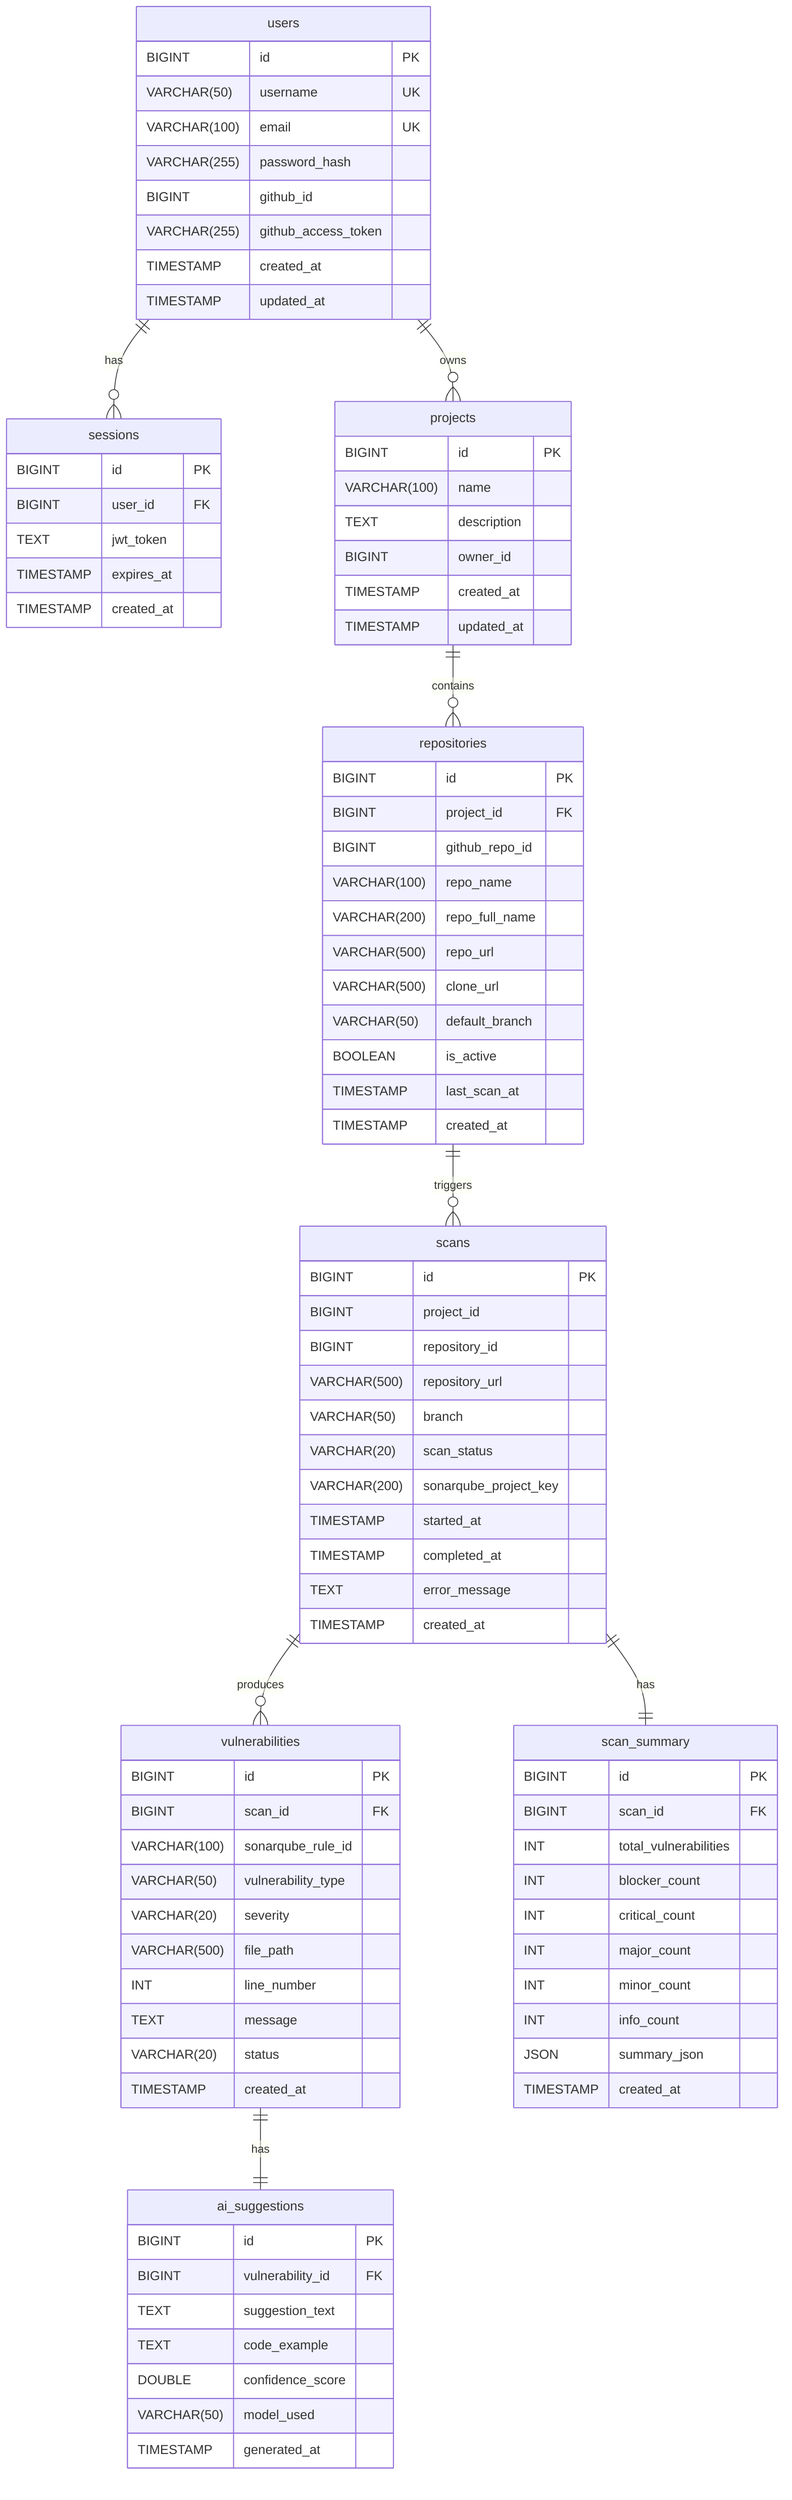
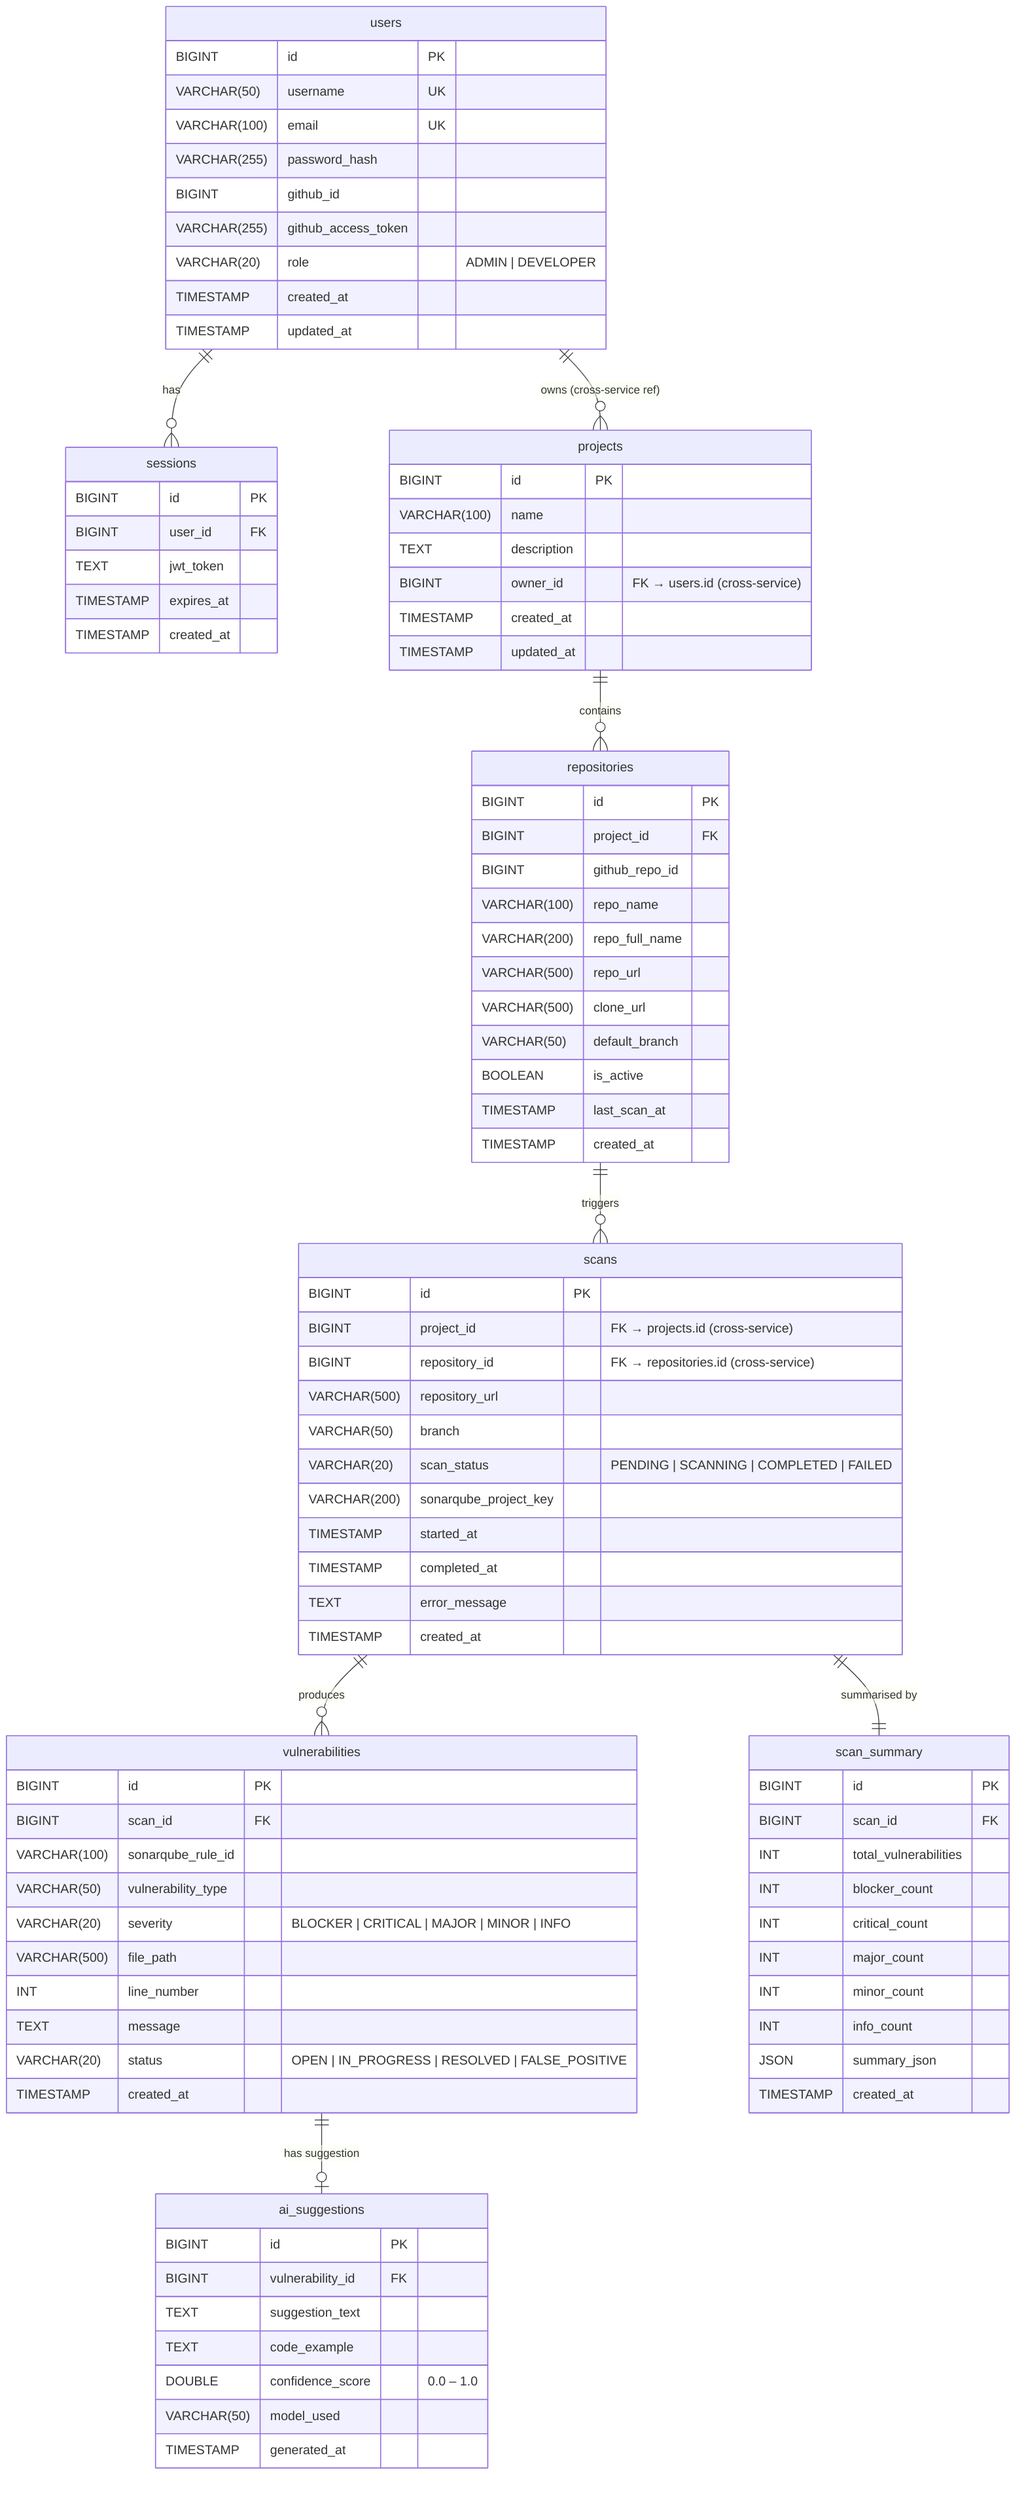
erDiagram
+ 
+     %% ── Login Service DB ──────────────────────────────
    users {
-         BIGINT id PK
-         VARCHAR(50) username UK
-         VARCHAR(100) email UK
+         BIGINT      id              PK
+         VARCHAR(50) username        UK
+         VARCHAR(100) email          UK
        VARCHAR(255) password_hash
-         BIGINT github_id
+         BIGINT      github_id
        VARCHAR(255) github_access_token
-         TIMESTAMP created_at
-         TIMESTAMP updated_at
+         VARCHAR(20) role            "ADMIN | DEVELOPER"
+         TIMESTAMP   created_at
+         TIMESTAMP   updated_at
    }

    sessions {
-         BIGINT id PK
-         BIGINT user_id FK
-         TEXT jwt_token
+         BIGINT    id          PK
+         BIGINT    user_id     FK
+         TEXT      jwt_token
        TIMESTAMP expires_at
        TIMESTAMP created_at
    }

+     %% ── Project Service DB ────────────────────────────
    projects {
-         BIGINT id PK
+         BIGINT      id          PK
        VARCHAR(100) name
-         TEXT description
-         BIGINT owner_id
-         TIMESTAMP created_at
-         TIMESTAMP updated_at
+         TEXT        description
+         BIGINT      owner_id    "FK → users.id (cross-service)"
+         TIMESTAMP   created_at
+         TIMESTAMP   updated_at
    }

    repositories {
-         BIGINT id PK
-         BIGINT project_id FK
-         BIGINT github_repo_id
+         BIGINT      id              PK
+         BIGINT      project_id      FK
+         BIGINT      github_repo_id
        VARCHAR(100) repo_name
        VARCHAR(200) repo_full_name
        VARCHAR(500) repo_url
        VARCHAR(500) clone_url
        VARCHAR(50) default_branch
-         BOOLEAN is_active
-         TIMESTAMP last_scan_at
+         BOOLEAN     is_active
+         TIMESTAMP   last_scan_at
+         TIMESTAMP   created_at
+     }
+ 
+     %% ── Scan Service DB ───────────────────────────────
+     scans {
+         BIGINT      id                  PK
+         BIGINT      project_id          "FK → projects.id (cross-service)"
+         BIGINT      repository_id       "FK → repositories.id (cross-service)"
+         VARCHAR(500) repository_url
+         VARCHAR(50) branch
+         VARCHAR(20) scan_status         "PENDING | SCANNING | COMPLETED | FAILED"
+         VARCHAR(200) sonarqube_project_key
+         TIMESTAMP   started_at
+         TIMESTAMP   completed_at
+         TEXT        error_message
+         TIMESTAMP   created_at
+     }
+ 
+     vulnerabilities {
+         BIGINT      id                  PK
+         BIGINT      scan_id             FK
+         VARCHAR(100) sonarqube_rule_id
+         VARCHAR(50) vulnerability_type
+         VARCHAR(20) severity            "BLOCKER | CRITICAL | MAJOR | MINOR | INFO"
+         VARCHAR(500) file_path
+         INT         line_number
+         TEXT        message
+         VARCHAR(20) status              "OPEN | IN_PROGRESS | RESOLVED | FALSE_POSITIVE"
+         TIMESTAMP   created_at
+     }
+ 
+     ai_suggestions {
+         BIGINT      id              PK
+         BIGINT      vulnerability_id FK
+         TEXT        suggestion_text
+         TEXT        code_example
+         DOUBLE      confidence_score "0.0 – 1.0"
+         VARCHAR(50) model_used
+         TIMESTAMP   generated_at
+     }
+ 
+     scan_summary {
+         BIGINT  id                  PK
+         BIGINT  scan_id             FK
+         INT     total_vulnerabilities
+         INT     blocker_count
+         INT     critical_count
+         INT     major_count
+         INT     minor_count
+         INT     info_count
+         JSON    summary_json
        TIMESTAMP created_at
    }

-     scans {
-         BIGINT id PK
-         BIGINT project_id
-         BIGINT repository_id
-         VARCHAR(500) repository_url
-         VARCHAR(50) branch
-         VARCHAR(20) scan_status
-         VARCHAR(200) sonarqube_project_key
-         TIMESTAMP started_at
-         TIMESTAMP completed_at
-         TEXT error_message
-         TIMESTAMP created_at
-     }
- 
-     vulnerabilities {
-         BIGINT id PK
-         BIGINT scan_id FK
-         VARCHAR(100) sonarqube_rule_id
-         VARCHAR(50) vulnerability_type
-         VARCHAR(20) severity
-         VARCHAR(500) file_path
-         INT line_number
-         TEXT message
-         VARCHAR(20) status
-         TIMESTAMP created_at
-     }
- 
-     ai_suggestions {
-         BIGINT id PK
-         BIGINT vulnerability_id FK
-         TEXT suggestion_text
-         TEXT code_example
-         DOUBLE confidence_score
-         VARCHAR(50) model_used
-         TIMESTAMP generated_at
-     }
- 
-     scan_summary {
-         BIGINT id PK
-         BIGINT scan_id FK
-         INT total_vulnerabilities
-         INT blocker_count
-         INT critical_count
-         INT major_count
-         INT minor_count
-         INT info_count
-         JSON summary_json
-         TIMESTAMP created_at
-     }
- 
-     %% Relationships
-     users ||--o{ sessions : "has"
-     users ||--o{ projects : "owns"
-     projects ||--o{ repositories : "contains"
-     repositories ||--o{ scans : "triggers"
-     scans ||--o{ vulnerabilities : "produces"
-     vulnerabilities ||--|| ai_suggestions : "has"
-     scans ||--|| scan_summary : "has"+     %% ── Relationships ─────────────────────────────────
+     users           ||--o{ sessions          : "has"
+     users           ||--o{ projects          : "owns (cross-service ref)"
+     projects        ||--o{ repositories      : "contains"
+     repositories    ||--o{ scans             : "triggers"
+     scans           ||--o{ vulnerabilities   : "produces"
+     scans           ||--||  scan_summary     : "summarised by"
+     vulnerabilities ||--o|  ai_suggestions   : "has suggestion"
